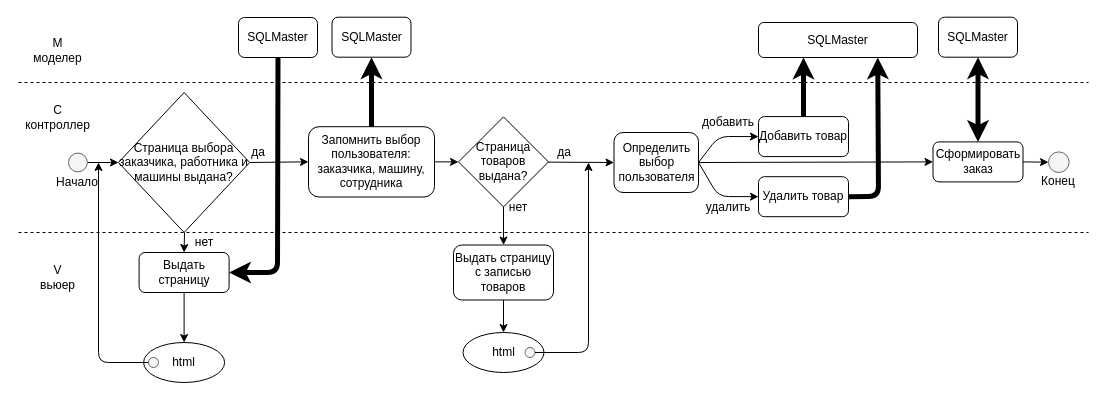
Earlier version of the draw.io diagram 5_semestr/Term project information systems reports/основной бизнес прооцесс.drawio (Dishulka/University). Source tidied: cells renumbered, new cells numbered last; positions are measured from the earlier drawing's top-left corner, leaving out a move shared by most shapes. Both pictures are drawn from the tidied source at 100%, with x=0, y=0 at pixel (17, 17).
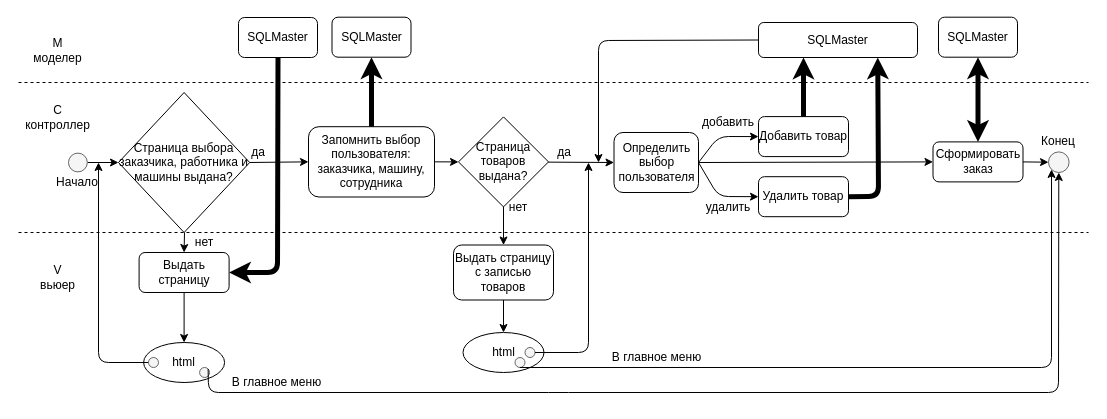
The same page after the edit.

The change refers to these unchanged cells:
```xml
<mxCell id="13" style="ellipse;whiteSpace=wrap;html=1;fillColor=#f5f5f5;strokeColor=#666666;fontColor=#333333;" parent="1" vertex="1">
  <mxGeometry x="1031" y="134.4" width="20.6" height="20.6" as="geometry" />
</mxCell>
<mxCell id="41" value="SQLMaster" style="rounded=1;whiteSpace=wrap;html=1;" parent="1" vertex="1">
  <mxGeometry x="741" y="5" width="159" height="35" as="geometry" />
</mxCell>
```

Change to the diagram source:
```diff
@@
     <mxCell id="48" value="Конец" style="text;html=1;strokeColor=none;fillColor=none;align=center;verticalAlign=middle;whiteSpace=wrap;rounded=0;" parent="1" vertex="1">
-      <mxGeometry x="1021.3" y="154.4" width="40" height="20" as="geometry" />
+      <mxGeometry x="1021.3" y="114.4" width="40" height="20" as="geometry" />
     </mxCell>
@@
+    <mxCell id="53" style="ellipse;whiteSpace=wrap;html=1;fillColor=#f5f5f5;strokeColor=#666666;fontColor=#333333;" parent="1" vertex="1">
+      <mxGeometry x="182.1" y="350" width="10" height="10" as="geometry" />
+    </mxCell>
+    <mxCell id="54" style="ellipse;whiteSpace=wrap;html=1;fillColor=#f5f5f5;strokeColor=#666666;fontColor=#333333;" parent="1" vertex="1">
+      <mxGeometry x="497.5" y="340" width="10" height="10" as="geometry" />
+    </mxCell>
+    <mxCell id="55" style="endArrow=classic;html=1;exitX=1;exitY=0;exitDx=0;exitDy=0;entryX=0.5;entryY=1;entryDx=0;entryDy=0;" parent="1" edge="1" source="53" target="13">
+      <mxGeometry relative="1" as="geometry">
+        <Array as="points">
+          <mxPoint x="191" y="375" />
+          <mxPoint x="541" y="375" />
+          <mxPoint x="1041" y="375" />
+        </Array>
+      </mxGeometry>
+    </mxCell>
+    <mxCell id="56" style="endArrow=classic;html=1;exitX=0.5;exitY=1;exitDx=0;exitDy=0;entryX=0;entryY=1;entryDx=0;entryDy=0;" parent="1" edge="1" source="54" target="13">
+      <mxGeometry relative="1" as="geometry">
+        <Array as="points">
+          <mxPoint x="1034" y="350" />
+        </Array>
+      </mxGeometry>
+    </mxCell>
+    <mxCell id="57" value="В главное меню" style="text;html=1;strokeColor=none;fillColor=none;align=center;verticalAlign=middle;whiteSpace=wrap;rounded=0;" parent="1" vertex="1">
+      <mxGeometry x="586.5" y="330" width="104.5" height="20" as="geometry" />
+    </mxCell>
+    <mxCell id="58" value="В главное меню" style="text;html=1;strokeColor=none;fillColor=none;align=center;verticalAlign=middle;whiteSpace=wrap;rounded=0;" parent="1" vertex="1">
+      <mxGeometry x="207.1" y="355" width="104.5" height="20" as="geometry" />
+    </mxCell>
+    <mxCell id="59" style="endArrow=classic;html=1;exitX=0;exitY=0.5;exitDx=0;exitDy=0;" parent="1" edge="1" source="41">
+      <mxGeometry relative="1" as="geometry">
+        <mxPoint x="581" y="145" as="targetPoint" />
+        <Array as="points">
+          <mxPoint x="581" y="23" />
+        </Array>
+      </mxGeometry>
+    </mxCell>
```
